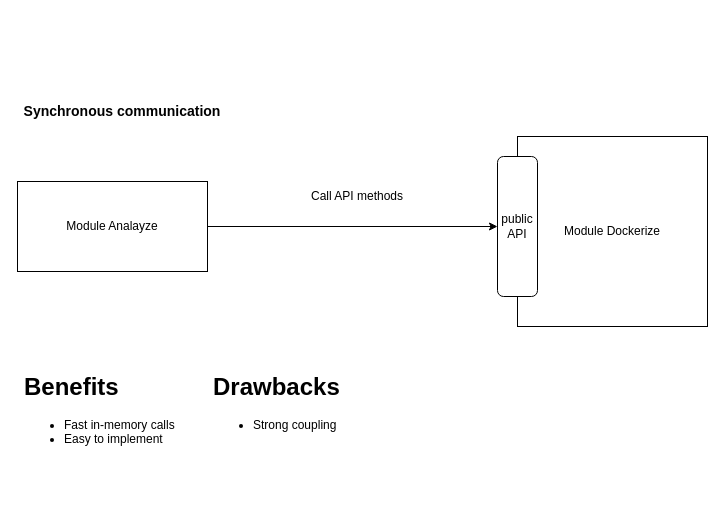
Before: page "synchronous-communication-between-modules" (1 of 4) of diagrams/core-unit.drawio in toni123321/vm-to-container-migrator, a draw.io diagram. Source tidied: cells renumbered, new cells numbered last; positions are measured from the earlier drawing's top-left corner, leaving out a move shared by most shapes. Both pictures are drawn from the tidied source at 100%, with x=0, y=0 at pixel (17, 96).
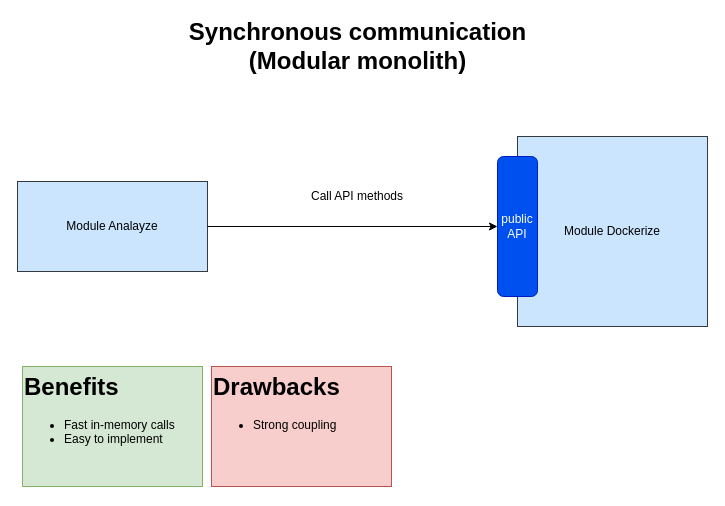
The same diagram, later.

Commit message (it also covers changes not shown here):
Add asynchronous communication in modular monolith, and microservices architecture as diagrams

Change to the diagram source:
```diff
@@
 <mxGraphModel>
   <root>
     <mxCell id="0" />
     <mxCell id="1" parent="0" />
-    <mxCell id="2" value="Module Analayze" style="rounded=0;whiteSpace=wrap;html=1;" parent="1" vertex="1">
+    <mxCell id="2" value="Module Analayze" style="rounded=0;whiteSpace=wrap;html=1;fillColor=#cce5ff;strokeColor=#36393d;" parent="1" vertex="1">
       <mxGeometry y="85" width="190" height="90" as="geometry" />
     </mxCell>
-    <mxCell id="3" value="Module Dockerize" style="rounded=0;whiteSpace=wrap;html=1;" parent="1" vertex="1">
+    <mxCell id="3" value="Module Dockerize" style="rounded=0;whiteSpace=wrap;html=1;fillColor=#cce5ff;strokeColor=#36393d;" parent="1" vertex="1">
       <mxGeometry x="500" y="40" width="190" height="190" as="geometry" />
     </mxCell>
     <mxCell id="4" style="endArrow=classic;html=1;rounded=0;exitX=1;exitY=0.5;exitDx=0;exitDy=0;entryX=0;entryY=0.5;entryDx=0;entryDy=0;" parent="1" edge="1" source="2" target="5">
       <mxGeometry relative="1" as="geometry" />
     </mxCell>
-    <mxCell id="5" value="public API" style="rounded=1;whiteSpace=wrap;html=1;" parent="1" vertex="1">
+    <mxCell id="5" value="public API" style="rounded=1;whiteSpace=wrap;html=1;fillColor=#0050ef;strokeColor=#001DBC;fontColor=#ffffff;" parent="1" vertex="1">
       <mxGeometry x="480" y="60" width="40" height="140" as="geometry" />
     </mxCell>
     <mxCell id="6" value="Call API methods" style="text;html=1;align=center;verticalAlign=middle;whiteSpace=wrap;rounded=0;" parent="1" vertex="1">
       <mxGeometry x="290" y="85" width="100" height="30" as="geometry" />
     </mxCell>
-    <mxCell id="7" value="&lt;b&gt;&lt;font style=&quot;font-size: 14px;&quot;&gt;Synchronous communication&lt;/font&gt;&lt;/b&gt;" style="text;html=1;align=center;verticalAlign=middle;whiteSpace=wrap;rounded=0;" parent="1" vertex="1">
-      <mxGeometry width="210" height="30" as="geometry" />
-    </mxCell>
-    <mxCell id="8" value="&lt;h1 style=&quot;margin-top: 0px;&quot;&gt;Benefits&lt;/h1&gt;&lt;p&gt;&lt;/p&gt;&lt;ul&gt;&lt;li&gt;Fast in-memory calls&lt;/li&gt;&lt;li&gt;Easy to implement&lt;/li&gt;&lt;/ul&gt;&lt;p&gt;&lt;/p&gt;" style="text;html=1;whiteSpace=wrap;overflow=hidden;rounded=0;" parent="1" vertex="1">
+    <mxCell id="8" value="&lt;h1 style=&quot;margin-top: 0px;&quot;&gt;Benefits&lt;/h1&gt;&lt;p&gt;&lt;/p&gt;&lt;ul&gt;&lt;li&gt;Fast in-memory calls&lt;/li&gt;&lt;li&gt;Easy to implement&lt;/li&gt;&lt;/ul&gt;&lt;p&gt;&lt;/p&gt;" style="text;html=1;whiteSpace=wrap;overflow=hidden;rounded=0;fillColor=#d5e8d4;strokeColor=#82b366;" parent="1" vertex="1">
       <mxGeometry x="5" y="270" width="180" height="120" as="geometry" />
     </mxCell>
-    <mxCell id="9" value="&lt;h1 style=&quot;margin-top: 0px;&quot;&gt;Drawbacks&lt;/h1&gt;&lt;p&gt;&lt;/p&gt;&lt;ul&gt;&lt;li&gt;Strong coupling&lt;/li&gt;&lt;/ul&gt;&lt;p&gt;&lt;/p&gt;" style="text;html=1;whiteSpace=wrap;overflow=hidden;rounded=0;" parent="1" vertex="1">
+    <mxCell id="9" value="&lt;h1 style=&quot;margin-top: 0px;&quot;&gt;Drawbacks&lt;/h1&gt;&lt;p&gt;&lt;/p&gt;&lt;ul&gt;&lt;li&gt;Strong coupling&lt;/li&gt;&lt;/ul&gt;&lt;p&gt;&lt;/p&gt;" style="text;html=1;whiteSpace=wrap;overflow=hidden;rounded=0;fillColor=#f8cecc;strokeColor=#b85450;" parent="1" vertex="1">
       <mxGeometry x="194" y="270" width="180" height="120" as="geometry" />
     </mxCell>
+    <mxCell id="10" value="Synchronous communication&lt;div&gt;(Modular monolith)&lt;/div&gt;" style="text;strokeColor=none;fillColor=none;html=1;fontSize=24;fontStyle=1;verticalAlign=middle;align=center;" parent="1" vertex="1">
+      <mxGeometry x="290" y="-70" width="100" height="40" as="geometry" />
+    </mxCell>
   </root>
 </mxGraphModel>
```
